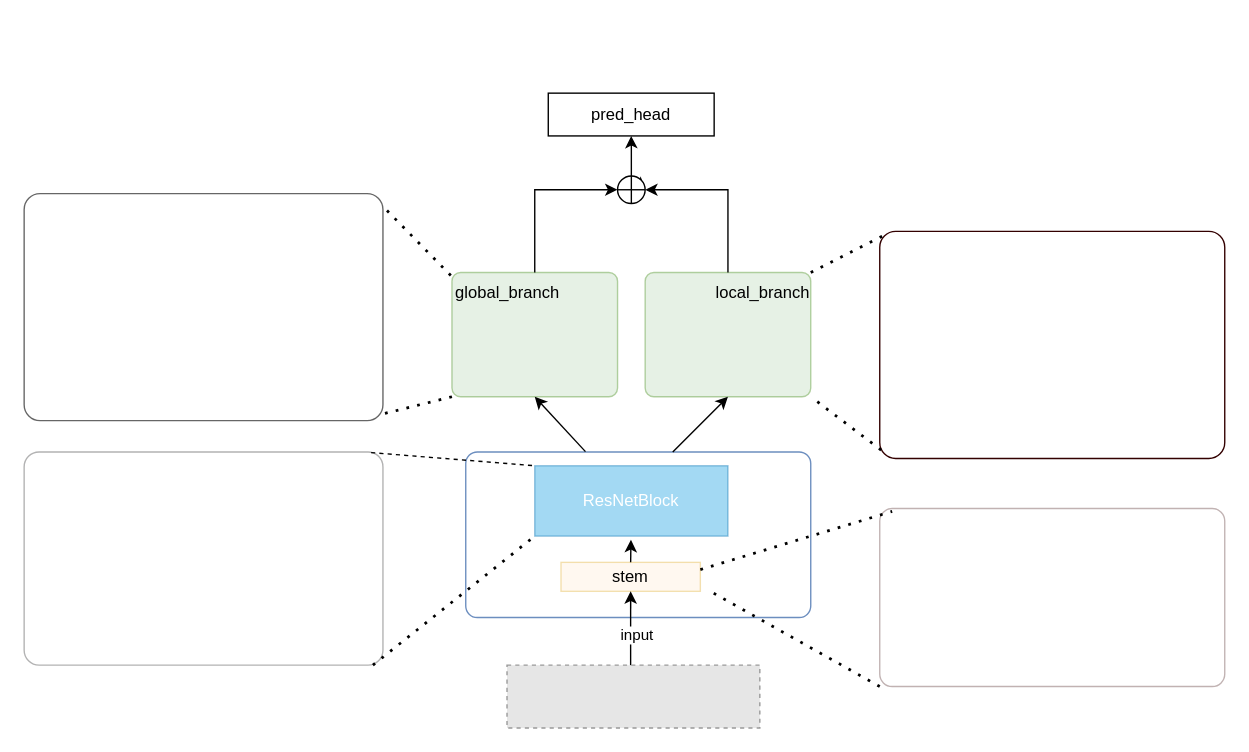
Earlier version of the draw.io diagram model.drawio (ZengWenQuan/APjs). Source tidied: cells renumbered, new cells numbered last; positions are measured from the earlier drawing's top-left corner, leaving out a move shared by most shapes. Both pictures are drawn from the tidied source at 138%, with x=0, y=0 at pixel (23, 92). Pictures stored in the file or linked from it are replaced by grey dashed boxes.
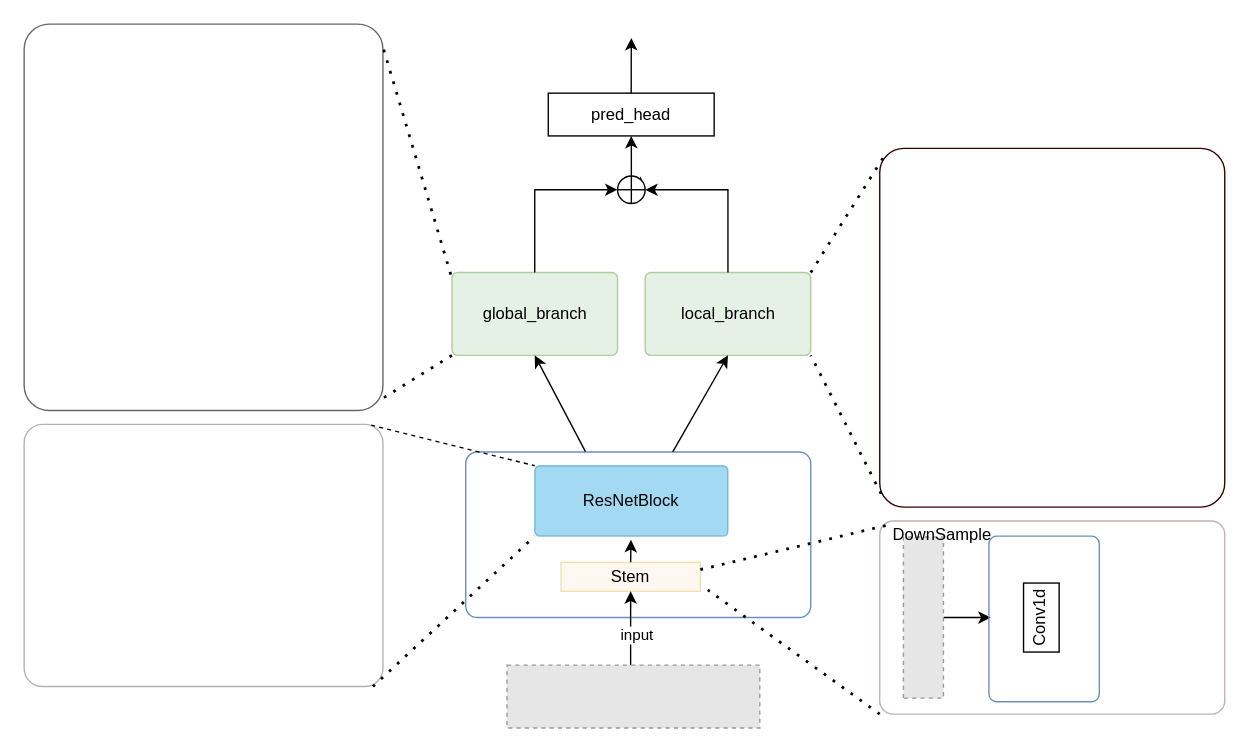
Above is the later version.

The change refers to these unchanged cells:
```xml
<mxCell id="16" value="pred_head" style="rounded=0;whiteSpace=wrap;html=1;fillColor=none;" parent="1" vertex="1">
  <mxGeometry x="379.8" width="120.2" height="31" as="geometry" />
</mxCell>
```

What changed in the source:
```diff
@@
-    <mxCell id="3" value="stem" style="rounded=0;whiteSpace=wrap;html=1;fillColor=#ffe6cc;strokeColor=#d79b00;opacity=30;" parent="1" vertex="1">
+    <mxCell id="3" value="Stem" style="rounded=0;whiteSpace=wrap;html=1;fillColor=#ffe6cc;strokeColor=#d79b00;opacity=30;" parent="1" vertex="1">
       <mxGeometry x="389" y="340" width="101" height="21" as="geometry" />
     </mxCell>
-    <mxCell id="4" value="ResNetBlock" style="rounded=0;whiteSpace=wrap;html=1;fillColor=#1ba1e2;fontColor=#ffffff;strokeColor=#006EAF;opacity=40;" parent="1" vertex="1">
+    <mxCell id="4" value="&lt;font style=&quot;color: rgb(0, 0, 0);&quot;&gt;ResNetBlock&lt;/font&gt;" style="rounded=1;whiteSpace=wrap;html=1;fillColor=#1ba1e2;fontColor=#ffffff;strokeColor=#006EAF;opacity=40;arcSize=7;" parent="1" vertex="1">
       <mxGeometry x="370" y="270" width="140" height="51" as="geometry" />
     </mxCell>
     <mxCell id="5" style="rounded=1;whiteSpace=wrap;html=1;fillColor=#d5e8d4;strokeColor=#82b366;align=center;verticalAlign=middle;arcSize=7;fontFamily=Helvetica;fontSize=12;opacity=60;" parent="1" vertex="1">
-      <mxGeometry x="310" y="130" width="120" height="90" as="geometry" />
+      <mxGeometry x="310" y="130" width="120" height="60" as="geometry" />
     </mxCell>
     <mxCell id="6" style="rounded=1;whiteSpace=wrap;html=1;fillColor=#d5e8d4;strokeColor=#82b366;align=center;verticalAlign=middle;arcSize=7;fontFamily=Helvetica;fontSize=12;opacity=60;" parent="1" vertex="1">
-      <mxGeometry x="450" y="130" width="120" height="90" as="geometry" />
+      <mxGeometry x="450" y="130" width="120" height="60" as="geometry" />
     </mxCell>
     <mxCell id="7" value="global_branch" style="text;html=1;align=center;verticalAlign=middle;strokeColor=none;fillColor=none;" parent="1" vertex="1">
-      <mxGeometry x="300" y="130" width="100" height="30" as="geometry" />
+      <mxGeometry x="320" y="145" width="100" height="30" as="geometry" />
     </mxCell>
@@
-    <mxCell id="13" style="endArrow=classic;html=1;rounded=0;" parent="1" edge="1">
+    <mxCell id="13" style="endArrow=classic;html=1;rounded=0;entryX=0.5;entryY=1;entryDx=0;entryDy=0;" parent="1" edge="1" target="6">
       <mxGeometry relative="1" as="geometry">
         <mxPoint x="470" y="260" as="sourcePoint" />
-        <mxPoint x="510" y="220" as="targetPoint" />
       </mxGeometry>
     </mxCell>
@@
     <mxCell id="15" value="local_branch" style="text;html=1;align=center;verticalAlign=middle;strokeColor=none;fillColor=none;" parent="1" vertex="1">
-      <mxGeometry x="490" y="130" width="90" height="30" as="geometry" />
+      <mxGeometry x="465" y="145" width="90" height="30" as="geometry" />
     </mxCell>
@@
     <mxCell id="19" style="rounded=1;whiteSpace=wrap;html=1;fillColor=none;arcSize=7;strokeColor=light-dark(#000305, #51afe7);fontColor=#ffffff;opacity=30;" parent="1" vertex="1">
-      <mxGeometry y="260" width="260" height="154.5" as="geometry" />
+      <mxGeometry y="240" width="260" height="190" as="geometry" />
     </mxCell>
     <mxCell id="20" style="rounded=1;whiteSpace=wrap;html=1;fillColor=none;arcSize=7;strokeColor=light-dark(#330000,#51AFE7);opacity=30;" parent="1" vertex="1">
-      <mxGeometry x="620" y="301" width="250" height="129" as="geometry" />
+      <mxGeometry x="620" y="310" width="250" height="140" as="geometry" />
     </mxCell>
@@
     <mxCell id="23" style="rounded=1;whiteSpace=wrap;html=1;fillColor=none;arcSize=7;strokeColor=#000000;opacity=60;" parent="1" vertex="1">
-      <mxGeometry y="72.8" width="260" height="164.5" as="geometry" />
+      <mxGeometry y="-50" width="260" height="280" as="geometry" />
     </mxCell>
     <mxCell id="24" style="rounded=1;whiteSpace=wrap;html=1;fillColor=none;arcSize=7;strokeColor=#330000;" parent="1" vertex="1">
-      <mxGeometry x="620" y="100.2" width="250" height="164.5" as="geometry" />
+      <mxGeometry x="620" y="40" width="250" height="260" as="geometry" />
     </mxCell>
@@
+    <mxCell id="33" style="edgeStyle=orthogonalEdgeStyle;rounded=0;jettySize=auto;html=1;exitX=0.5;exitY=0;exitDx=0;exitDy=0;" parent="1" edge="1" source="16">
+      <mxGeometry relative="1" as="geometry">
+        <mxPoint x="440" y="-40" as="targetPoint" />
+      </mxGeometry>
+    </mxCell>
+    <mxCell id="34" value="Conv1d" style="rounded=0;whiteSpace=wrap;html=1;fillColor=none;textDirection=vertical-rl;rotation=-180;" parent="1" vertex="1">
+      <mxGeometry x="724.2" y="355" width="25.8" height="50" as="geometry" />
+    </mxCell>
+    <mxCell id="35" style="edgeStyle=orthogonalEdgeStyle;rounded=0;jettySize=auto;html=1;entryX=0;entryY=0.5;entryDx=0;entryDy=0;" parent="1" edge="1" source="36">
+      <mxGeometry relative="1" as="geometry">
+        <mxPoint x="700.4" y="380" as="targetPoint" />
+      </mxGeometry>
+    </mxCell>
+    <mxCell id="36" style="fillColor=#E6E6E6;strokeColor=#999999;dashed=1;verticalLabelPosition=bottom;labelBackgroundColor=default;verticalAlign=top;rotation=-90;" parent="1" vertex="1">
+      <mxGeometry x="593.3" y="365.5" width="116.7" height="29" as="geometry" />
+    </mxCell>
+    <mxCell id="37" style="rounded=1;whiteSpace=wrap;html=1;fillColor=none;strokeColor=#6c8ebf;align=center;verticalAlign=middle;arcSize=7;fontFamily=Helvetica;fontSize=12;" parent="1" vertex="1">
+      <mxGeometry x="699.1" y="321" width="80" height="120" as="geometry" />
+    </mxCell>
+    <mxCell id="38" value="DownSample" style="text;html=1;align=center;verticalAlign=middle;strokeColor=none;fillColor=none;" parent="1" vertex="1">
+      <mxGeometry x="620" y="305" width="90" height="30" as="geometry" />
+    </mxCell>
```
